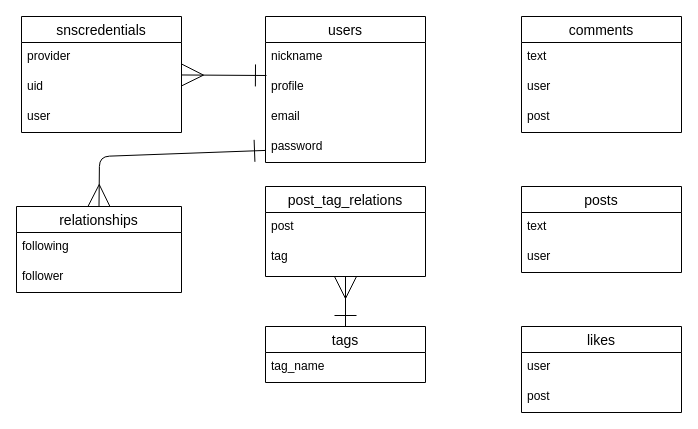
Above: f1-paddock-talk.dio in maximumry/f1-paddock-talk (draw.io), before the change. Source tidied: cells renumbered, new cells numbered last; positions are measured from the earlier drawing's top-left corner, leaving out a move shared by most shapes. Both pictures are drawn from the tidied source at 100%, with x=0, y=0 at pixel (16, 16).
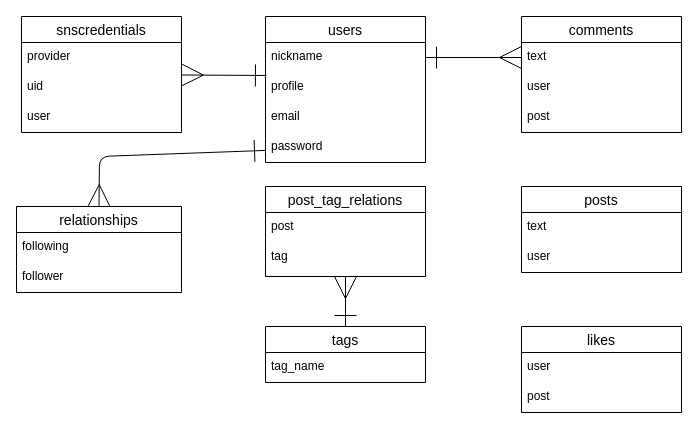
The same page after the edit.

Unchanged cells that the change refers to:
```xml
<mxCell id="3" value="nickname" style="text;strokeColor=none;fillColor=none;spacingLeft=4;spacingRight=4;overflow=hidden;points=[[0,0.5],[1,0.5]];portConstraint=eastwest;fontSize=12;" parent="2" vertex="1">
  <mxGeometry y="26" width="160" height="30" as="geometry" />
</mxCell>
<mxCell id="16" value="text" style="text;strokeColor=none;fillColor=none;spacingLeft=4;spacingRight=4;overflow=hidden;points=[[0,0.5],[1,0.5]];portConstraint=eastwest;fontSize=12;" parent="15" vertex="1">
  <mxGeometry y="26" width="160" height="30" as="geometry" />
</mxCell>
```

What changed in the source:
```diff
@@
+    <mxCell id="32" style="edgeStyle=none;html=1;entryX=0;entryY=0.5;entryDx=0;entryDy=0;startArrow=ERone;startFill=0;endArrow=ERmany;endFill=0;startSize=20;endSize=20;" parent="1" edge="1" source="3" target="16">
+      <mxGeometry relative="1" as="geometry" />
+    </mxCell>
```
